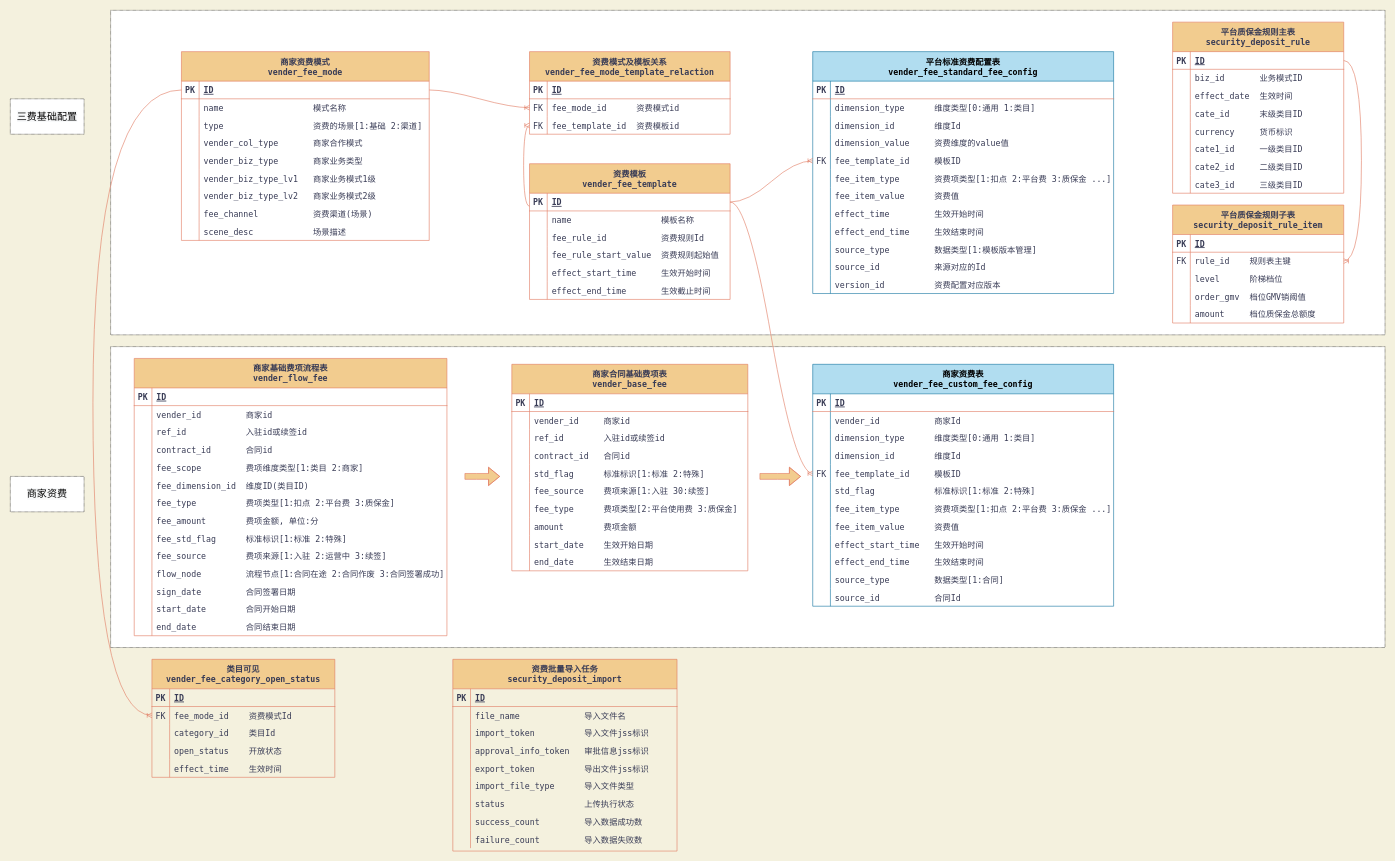
Earlier version of the draw.io diagram page "新资费" (2 of 2) of 资费ER图.drawio (RubberBoy/some). Source tidied: cells renumbered, new cells numbered last; positions are measured from the earlier drawing's top-left corner, leaving out a move shared by most shapes. Both pictures are drawn from the tidied source at 59%, with x=0, y=0 at pixel (10, 10).
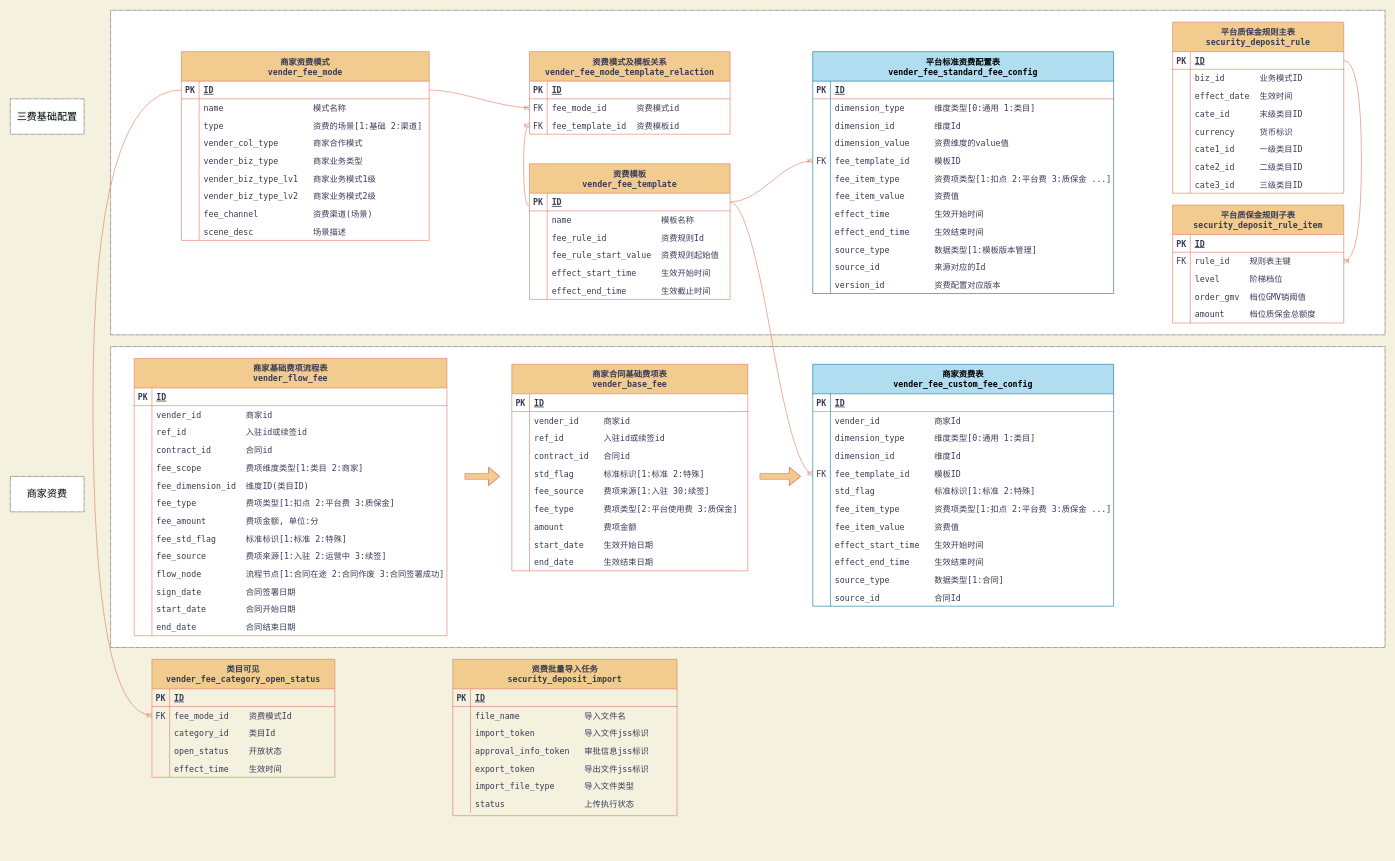
The same page after the edit.

Diff of the diagram source:
```diff
@@
     <mxCell id="5" value="资费批量导入任务&#10;security_deposit_import" style="shape=table;startSize=50;childLayout=tableLayout;rowLines=0;fontStyle=1;align=center;fontFamily=Menlo;fontSize=14;fillColor=#F2CC8F;strokeColor=#E07A5F;fontColor=#393C56;" parent="1" vertex="1">
-      <mxGeometry x="750" y="1100" width="380" height="325" as="geometry" />
+      <mxGeometry x="750" y="1100" width="380" height="265" as="geometry" />
     </mxCell>
@@
-    <mxCell id="27" style="shape=tableRow;horizontal=0;startSize=0;swimlaneHead=0;swimlaneBody=0;fillColor=none;top=0;left=0;right=0;bottom=0;fontFamily=Menlo;fontSize=14;strokeColor=#E07A5F;fontColor=#393C56;" parent="5" vertex="1">
-      <mxGeometry y="260" width="380" height="30" as="geometry" />
-    </mxCell>
-    <mxCell id="28" style="shape=partialRectangle;fillColor=none;top=0;left=0;bottom=0;right=0;overflow=hidden;fontFamily=Menlo;fontSize=14;strokeColor=#E07A5F;fontColor=#393C56;" parent="27" vertex="1">
-      <mxGeometry width="30" height="30" as="geometry" />
-    </mxCell>
-    <mxCell id="29" value="success_count         导入数据成功数" style="shape=partialRectangle;fillColor=none;top=0;left=0;bottom=0;right=0;align=left;spacingLeft=6;overflow=hidden;fontFamily=Menlo;fontSize=14;strokeColor=#E07A5F;fontColor=#393C56;" parent="27" vertex="1">
-      <mxGeometry x="30" width="350" height="30" as="geometry" />
-    </mxCell>
-    <mxCell id="30" style="shape=tableRow;horizontal=0;startSize=0;swimlaneHead=0;swimlaneBody=0;fillColor=none;top=0;left=0;right=0;bottom=0;fontFamily=Menlo;fontSize=14;strokeColor=#E07A5F;fontColor=#393C56;" parent="5" vertex="1">
-      <mxGeometry y="290" width="380" height="30" as="geometry" />
-    </mxCell>
-    <mxCell id="31" style="shape=partialRectangle;fillColor=none;top=0;left=0;bottom=0;right=0;overflow=hidden;fontFamily=Menlo;fontSize=14;strokeColor=#E07A5F;fontColor=#393C56;" parent="30" vertex="1">
-      <mxGeometry width="30" height="30" as="geometry" />
-    </mxCell>
-    <mxCell id="32" value="failure_count         导入数据失败数" style="shape=partialRectangle;fillColor=none;top=0;left=0;bottom=0;right=0;align=left;spacingLeft=6;overflow=hidden;fontFamily=Menlo;fontSize=14;strokeColor=#E07A5F;fontColor=#393C56;" parent="30" vertex="1">
-      <mxGeometry x="30" width="350" height="30" as="geometry" />
-    </mxCell>
```
